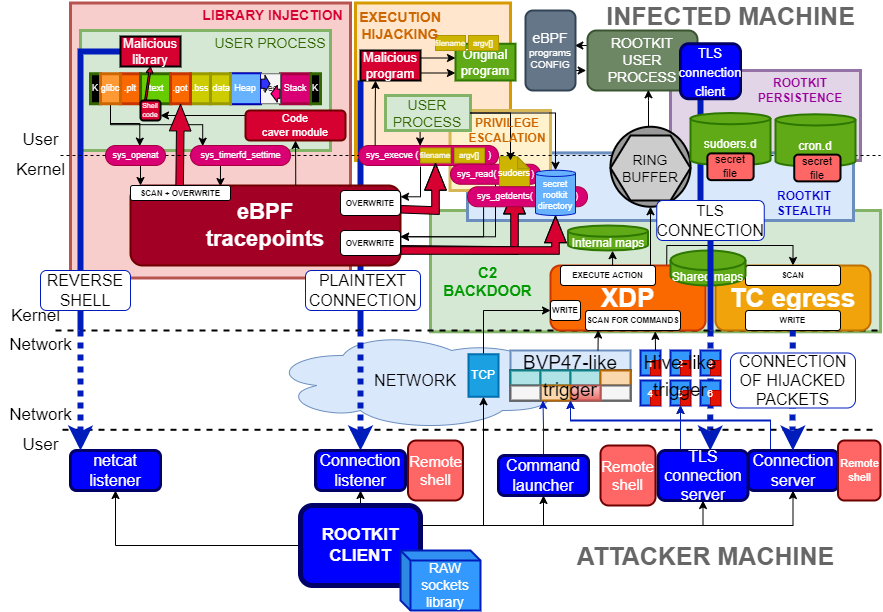
h3xduck/TripleCross keeps this draw.io diagram as docs/images/rootkit.png. Above is the earlier version. Source tidied: cells renumbered, new cells last; positions are measured from the earlier drawing's top-left corner, leaving out a move shared by most shapes.
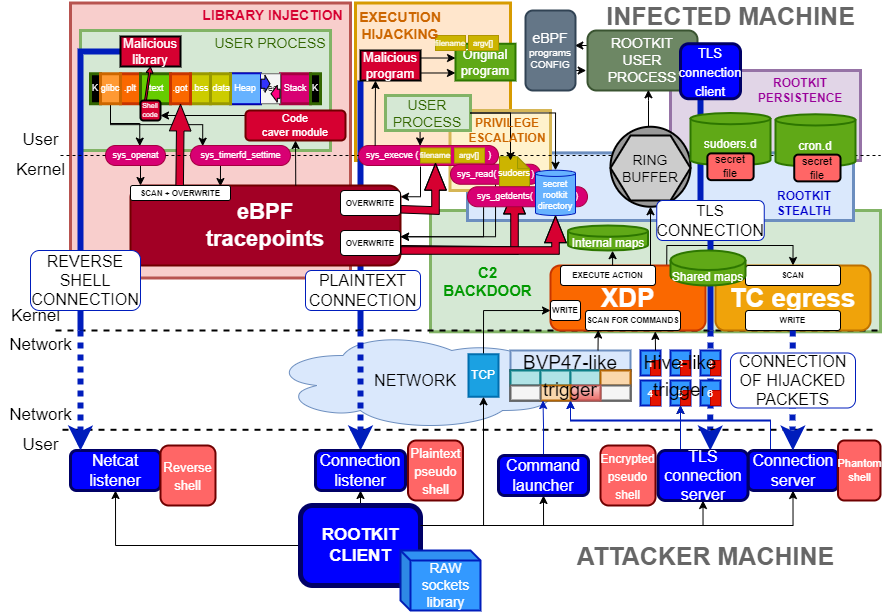
After the change.

Change to the diagram source:
```diff
@@ -266,11 +266,11 @@
     <mxCell id="71" value="ROOTKIT&lt;br&gt;CLIENT" style="rounded=1;whiteSpace=wrap;html=1;fontSize=17;fontStyle=1;strokeWidth=5;fillColor=#0000FF;fontColor=#ffffff;strokeColor=#000066;glass=0;shadow=0;sketch=0;" parent="1" vertex="1">
       <mxGeometry x="300" y="505" width="120" height="80" as="geometry" />
     </mxCell>
-    <mxCell id="72" value="netcat&lt;br style=&quot;font-size: 16px;&quot;&gt;listener" style="rounded=1;whiteSpace=wrap;html=1;fontSize=16;fontStyle=0;strokeWidth=3;fillColor=#0000FF;fontColor=#ffffff;strokeColor=#000066;glass=0;shadow=0;sketch=0;" parent="1" vertex="1">
+    <mxCell id="72" value="Netcat&lt;br style=&quot;font-size: 16px;&quot;&gt;listener" style="rounded=1;whiteSpace=wrap;html=1;fontSize=16;fontStyle=0;strokeWidth=3;fillColor=#0000FF;fontColor=#ffffff;strokeColor=#000066;glass=0;shadow=0;sketch=0;" parent="1" vertex="1">
       <mxGeometry x="70" y="450" width="90" height="40" as="geometry" />
     </mxCell>
-    <mxCell id="73" value="&lt;font&gt;REVERSE SHELL&lt;/font&gt;" style="rounded=1;whiteSpace=wrap;html=1;shadow=0;glass=0;sketch=0;fontSize=16;strokeWidth=1;fontColor=#000000;strokeColor=#001DBC;" parent="1" vertex="1">
-      <mxGeometry x="40" y="270" width="90" height="40" as="geometry" />
+    <mxCell id="73" value="&lt;font&gt;REVERSE SHELL CONNECTION&lt;/font&gt;" style="rounded=1;whiteSpace=wrap;html=1;shadow=0;glass=0;sketch=0;fontSize=16;strokeWidth=1;fontColor=#000000;strokeColor=#001DBC;" parent="1" vertex="1">
+      <mxGeometry x="30" y="250" width="110" height="60" as="geometry" />
     </mxCell>
     <mxCell id="74" style="endArrow=none;dashed=1;html=1;rounded=0;fontSize=17;strokeWidth=2;" parent="1" edge="1">
       <mxGeometry relative="1" as="geometry">
@@ -597,9 +597,6 @@
     <mxCell id="161" value="EXECUTE ACTION" style="rounded=1;whiteSpace=wrap;html=1;fontSize=8;fontColor=#000000;strokeWidth=1;fillColor=default;fontStyle=1;" parent="1" vertex="1">
       <mxGeometry x="560" y="265" width="95" height="20" as="geometry" />
     </mxCell>
-    <mxCell id="162" value="&lt;font style=&quot;font-size: 12px;&quot;&gt;Shared maps&lt;/font&gt;" style="shape=cylinder3;whiteSpace=wrap;html=1;boundedLbl=1;backgroundOutline=1;size=9.769249549278811;rounded=0;shadow=0;glass=0;sketch=0;fontSize=14;fontColor=#ffffff;strokeColor=#2D7600;strokeWidth=2;fillColor=#60a917;" parent="1" vertex="1">
-      <mxGeometry x="670" y="250" width="75" height="35" as="geometry" />
-    </mxCell>
     <mxCell id="163" value="&lt;font style=&quot;font-size: 12px;&quot;&gt;Internal maps&lt;/font&gt;" style="shape=cylinder3;whiteSpace=wrap;html=1;boundedLbl=1;backgroundOutline=1;size=5.573778496413922;rounded=0;shadow=0;glass=0;sketch=0;fontSize=14;fontColor=#ffffff;strokeColor=#2D7600;strokeWidth=2;fillColor=#60a917;" parent="1" vertex="1">
       <mxGeometry x="567.5" y="225" width="80" height="25" as="geometry" />
     </mxCell>
@@ -615,6 +612,10 @@
     <mxCell id="167" style="edgeStyle=orthogonalEdgeStyle;rounded=0;jettySize=auto;html=1;fontSize=8;fontColor=#000000;fillColor=#0050ef;startArrow=none;startFill=0;sourcePerimeterSpacing=0;strokeWidth=6;strokeColor=#001DBC;endArrow=none;endFill=0;exitX=0.332;exitY=1.024;exitDx=0;exitDy=0;exitPerimeter=0;" parent="1" edge="1" source="188">
       <mxGeometry relative="1" as="geometry">
         <mxPoint x="710" y="330" as="targetPoint" />
+        <Array as="points">
+          <mxPoint x="700" y="214" />
+          <mxPoint x="710" y="214" />
+        </Array>
       </mxGeometry>
     </mxCell>
     <mxCell id="168" style="edgeStyle=orthogonalEdgeStyle;rounded=0;orthogonalLoop=1;jettySize=auto;html=1;fontSize=8;fontColor=#000000;fillColor=#0050ef;startArrow=none;startFill=0;sourcePerimeterSpacing=0;strokeWidth=6;strokeColor=#001DBC;entryX=0.5;entryY=0;entryDx=0;entryDy=0;" parent="1" edge="1">
@@ -640,13 +641,13 @@
     <mxCell id="172" value="TLS connection server" style="rounded=1;whiteSpace=wrap;html=1;fontSize=16;fontStyle=0;strokeWidth=3;fillColor=#0000FF;fontColor=#ffffff;strokeColor=#000066;glass=0;shadow=0;sketch=0;" parent="1" vertex="1">
       <mxGeometry x="657.5" y="450" width="90" height="50" as="geometry" />
     </mxCell>
-    <mxCell id="173" value="Remote&lt;br&gt;shell" style="rounded=1;whiteSpace=wrap;html=1;shadow=0;glass=0;sketch=0;fontSize=15;fontColor=#ffffff;strokeColor=#6F0000;strokeWidth=2;fillColor=#FF6666;" parent="1" vertex="1">
+    <mxCell id="173" value="&lt;font style=&quot;font-size: 13px;&quot;&gt;Plaintext&lt;br&gt;pseudo&lt;br&gt;shell&lt;/font&gt;" style="rounded=1;whiteSpace=wrap;html=1;shadow=0;glass=0;sketch=0;fontSize=15;fontColor=#ffffff;strokeColor=#6F0000;strokeWidth=2;fillColor=#FF6666;" parent="1" vertex="1">
       <mxGeometry x="407.5" y="440" width="55" height="60" as="geometry" />
     </mxCell>
-    <mxCell id="174" value="Remote&lt;br&gt;shell" style="rounded=1;whiteSpace=wrap;html=1;shadow=0;glass=0;sketch=0;fontSize=15;fontColor=#ffffff;strokeColor=#6F0000;strokeWidth=2;fillColor=#FF6666;" parent="1" vertex="1">
+    <mxCell id="174" value="&lt;font style=&quot;font-size: 12px;&quot;&gt;Encrypted&lt;br&gt;pseudo&lt;br&gt;shell&lt;/font&gt;" style="rounded=1;whiteSpace=wrap;html=1;shadow=0;glass=0;sketch=0;fontSize=15;fontColor=#ffffff;strokeColor=#6F0000;strokeWidth=2;fillColor=#FF6666;" parent="1" vertex="1">
       <mxGeometry x="600" y="445" width="55" height="60" as="geometry" />
     </mxCell>
-    <mxCell id="175" value="Remote&lt;br style=&quot;font-size: 11px;&quot;&gt;shell" style="rounded=1;whiteSpace=wrap;html=1;shadow=0;glass=0;sketch=0;fontSize=11;fontColor=#ffffff;strokeColor=#6F0000;strokeWidth=2;fillColor=#FF6666;" parent="1" vertex="1">
+    <mxCell id="175" value="Phantom&lt;br&gt;shell" style="rounded=1;whiteSpace=wrap;html=1;shadow=0;glass=0;sketch=0;fontSize=11;fontColor=#ffffff;strokeColor=#6F0000;strokeWidth=2;fillColor=#FF6666;" parent="1" vertex="1">
       <mxGeometry x="837.5" y="440" width="42.5" height="60" as="geometry" />
     </mxCell>
     <mxCell id="176" style="edgeStyle=orthogonalEdgeStyle;rounded=0;jettySize=auto;html=1;exitX=1;exitY=0.25;exitDx=0;exitDy=0;entryX=0.5;entryY=1;entryDx=0;entryDy=0;fontSize=15;fontColor=#000000;startArrow=none;startFill=0;endArrow=classic;endFill=1;sourcePerimeterSpacing=0;strokeColor=#000000;strokeWidth=1;fillColor=#D60031;" parent="1" edge="1" source="71" target="165">
@@ -691,5 +692,11 @@
     <mxCell id="188" value="&lt;font style=&quot;font-size: 13px;&quot;&gt;TLS connection client&lt;/font&gt;" style="rounded=1;whiteSpace=wrap;html=1;fontSize=16;fontStyle=0;strokeWidth=3;fillColor=#0000FF;fontColor=#ffffff;strokeColor=#000066;glass=0;shadow=0;sketch=0;" parent="1" vertex="1">
       <mxGeometry x="680" y="43.2" width="60" height="55" as="geometry" />
     </mxCell>
+    <mxCell id="189" value="&lt;span style=&quot;font-size: 13px;&quot;&gt;Reverse shell&lt;/span&gt;" style="rounded=1;whiteSpace=wrap;html=1;shadow=0;glass=0;sketch=0;fontSize=15;fontColor=#ffffff;strokeColor=#6F0000;strokeWidth=2;fillColor=#FF6666;" parent="1" vertex="1">
+      <mxGeometry x="160" y="445" width="55" height="60" as="geometry" />
+    </mxCell>
+    <mxCell id="162" value="&lt;font style=&quot;font-size: 12px;&quot;&gt;Shared maps&lt;/font&gt;" style="shape=cylinder3;whiteSpace=wrap;html=1;boundedLbl=1;backgroundOutline=1;size=9.769249549278811;rounded=0;shadow=0;glass=0;sketch=0;fontSize=14;fontColor=#ffffff;strokeColor=#2D7600;strokeWidth=2;fillColor=#60a917;" parent="1" vertex="1">
+      <mxGeometry x="670" y="250" width="75" height="35" as="geometry" />
+    </mxCell>
   </root>
 </mxGraphModel>
```
